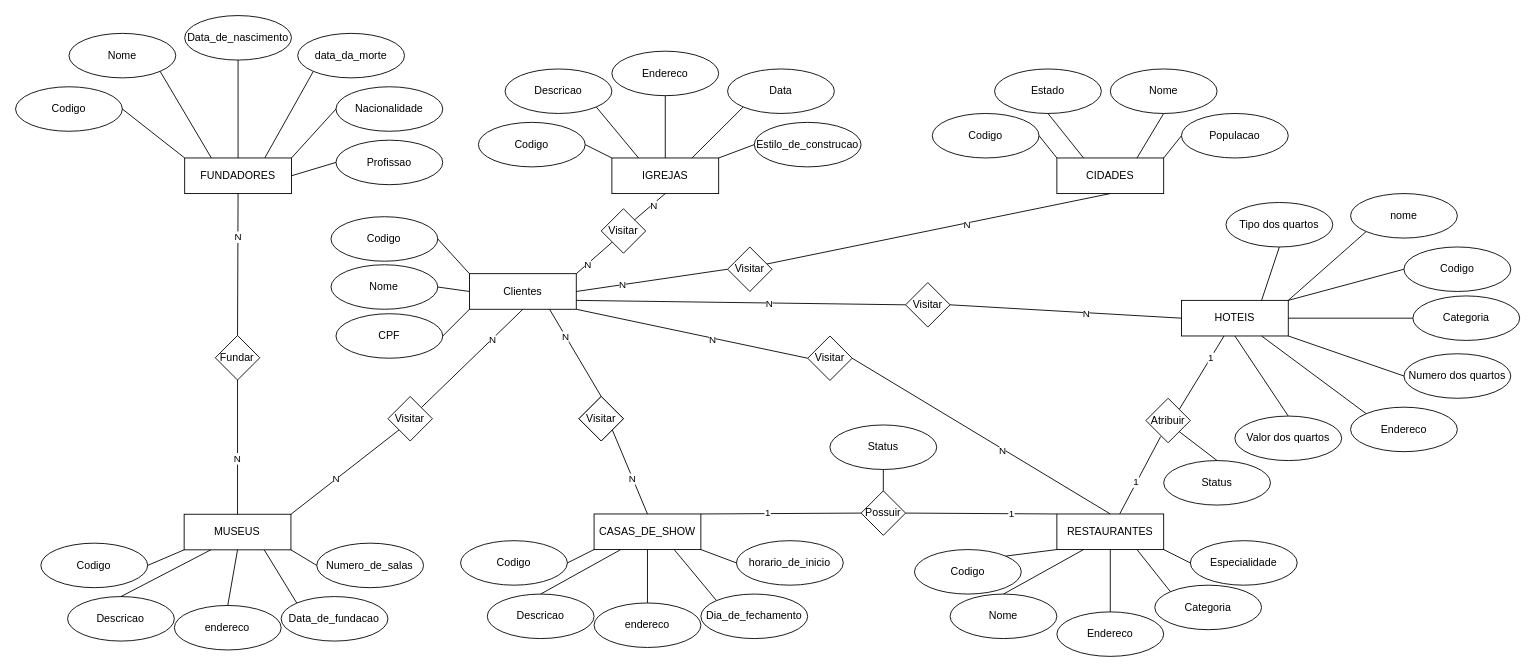
joaz0/Diagrama_ENTIDADE_RELACIONAMENTO keeps this draw.io diagram as DER07.drawio. Above is the earlier version. Source tidied: cells renumbered, new cells numbered last; positions are measured from the earlier drawing's top-left corner, leaving out a move shared by most shapes. Both pictures are drawn from the tidied source at 89%, with x=0, y=0 at pixel (15, 15).
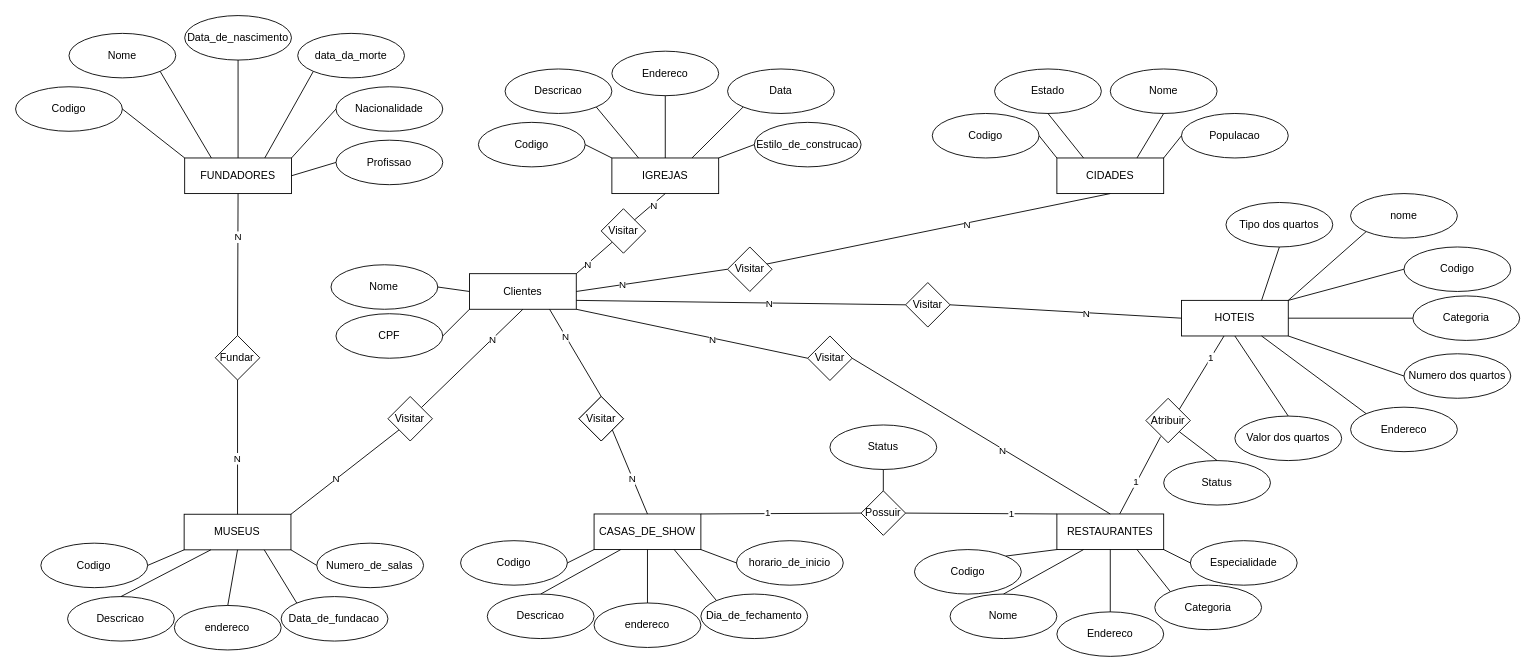
After the change.

The change refers to these unchanged cells:
```xml
<mxCell id="102" value="Clientes" style="rounded=0;whiteSpace=wrap;html=1;" parent="1" vertex="1">
  <mxGeometry x="510" y="290" width="120" height="40" as="geometry" />
</mxCell>
```

What changed in the source:
```diff
@@
-    <mxCell id="105" value="Codigo" style="ellipse;whiteSpace=wrap;html=1;direction=east;" parent="1" vertex="1">
-      <mxGeometry x="354.4" y="226" width="120" height="50" as="geometry" />
-    </mxCell>
@@
-    <mxCell id="108" style="endArrow=none;html=1;rounded=0;exitX=1;exitY=0.5;exitDx=0;exitDy=0;entryX=0;entryY=0;entryDx=0;entryDy=0;" parent="1" edge="1" source="105" target="102">
-      <mxGeometry relative="1" as="geometry" />
-    </mxCell>
```
